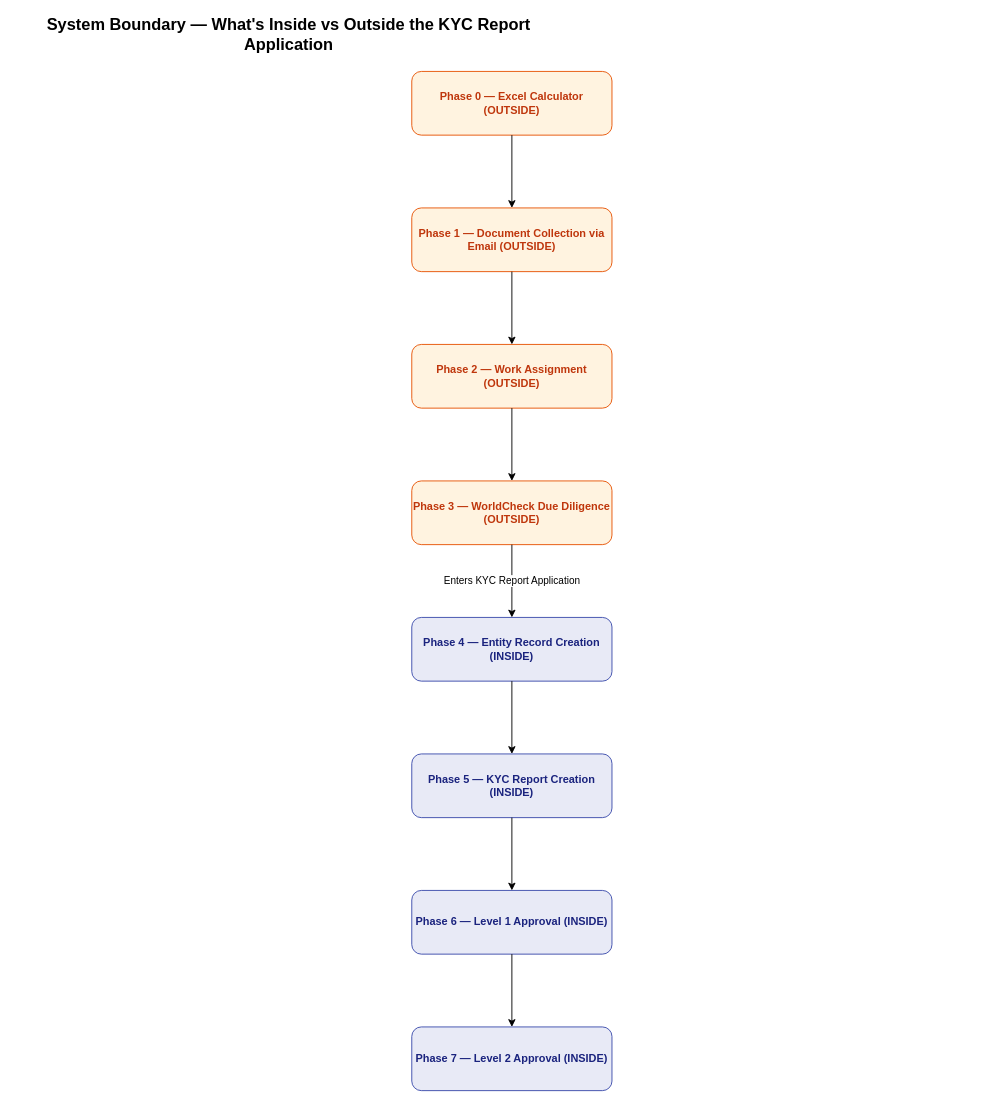
This is page "System Boundary" (1 of 8) of diagrams/drawio/asis-process.drawio from mazharr-hussain/KycReport, a draw.io file, before an edit. Source tidied: cells renumbered, new cells numbered last; positions are measured from the earlier drawing's top-left corner, leaving out a move shared by most shapes. Both pictures are drawn from the tidied source at 91%, with x=0, y=0 at pixel (15, 16).
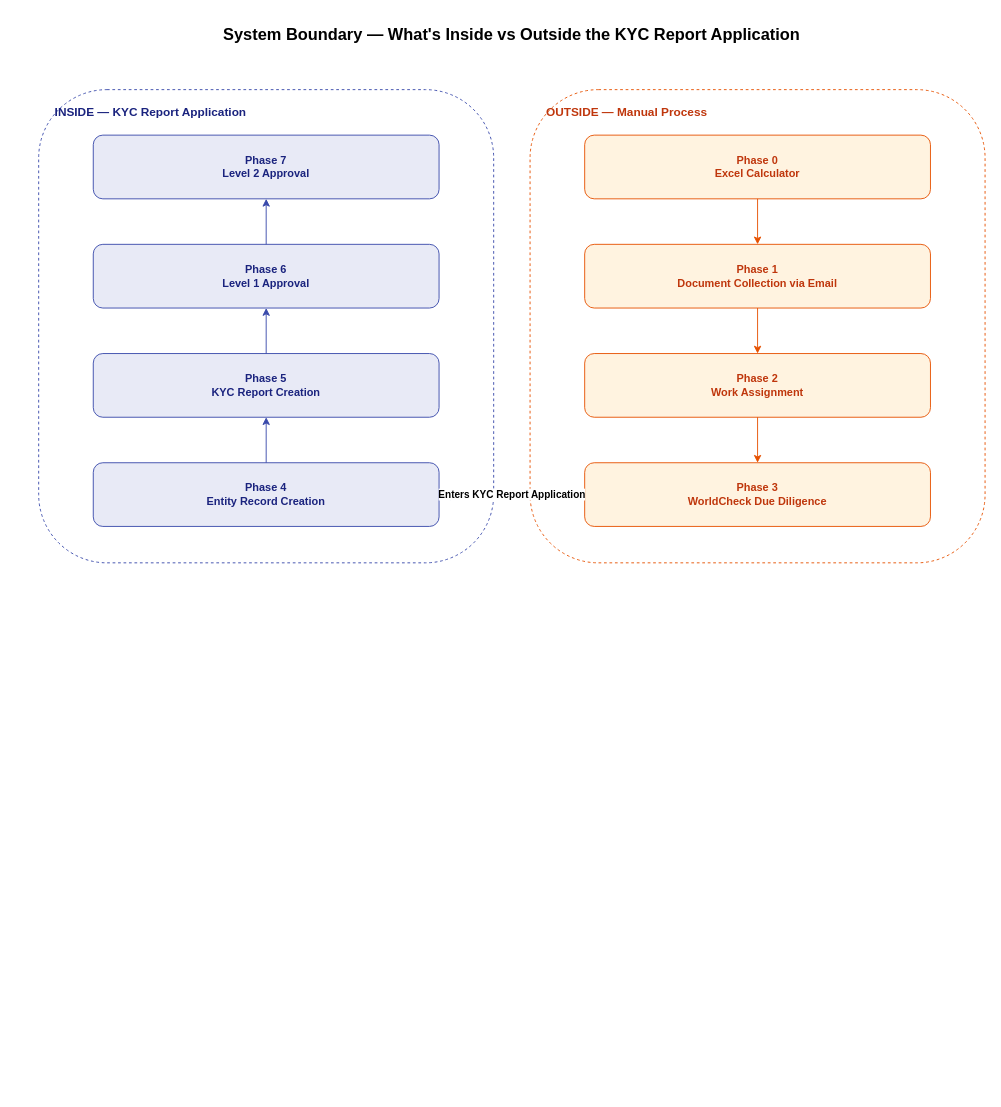
The same page after the edit.

What changed in the source:
```diff
@@
 <mxGraphModel>
   <root>
     <mxCell id="0" />
     <mxCell id="1" parent="0" />
     <mxCell id="2" value="System Boundary — What's Inside vs Outside the KYC Report Application" style="text;html=1;strokeColor=none;fillColor=none;align=center;verticalAlign=middle;whiteSpace=wrap;rounded=0;fontSize=18;fontStyle=1;" parent="1" vertex="1">
-      <mxGeometry width="600" height="40" as="geometry" />
+      <mxGeometry x="145" width="800" height="40" as="geometry" />
     </mxCell>
+    <mxCell id="18" value="INSIDE — KYC Report Application" style="rounded=1;whiteSpace=wrap;html=1;fillColor=none;strokeColor=#3949AB;dashed=1;verticalAlign=top;align=left;spacingLeft=16;spacingTop=10;fontSize=13;fontStyle=1;fontColor=#1A237E;" parent="1" vertex="1">
+      <mxGeometry x="25" y="80" width="500" height="520" as="geometry" />
+    </mxCell>
+    <mxCell id="19" value="OUTSIDE — Manual Process" style="rounded=1;whiteSpace=wrap;html=1;fillColor=none;strokeColor=#E65100;dashed=1;verticalAlign=top;align=left;spacingLeft=16;spacingTop=10;fontSize=13;fontStyle=1;fontColor=#BF360C;" parent="1" vertex="1">
+      <mxGeometry x="565" y="80" width="500" height="520" as="geometry" />
+    </mxCell>
-    <mxCell id="3" value="Phase 0 — Excel Calculator (OUTSIDE)" style="rect;whiteSpace=wrap;html=1;fillColor=#FFF3E0;strokeColor=#E65100;fontColor=#BF360C;fontSize=12;fontStyle=1;rounded=1;" parent="1" vertex="1">
-      <mxGeometry x="435" y="60" width="220" height="70" as="geometry" />
+    <mxCell id="3" value="Phase 0&#10;Excel Calculator" style="rect;whiteSpace=wrap;html=1;fillColor=#FFF3E0;strokeColor=#E65100;fontColor=#BF360C;fontSize=12;fontStyle=1;rounded=1;" parent="1" vertex="1">
+      <mxGeometry x="625" y="130" width="380" height="70" as="geometry" />
     </mxCell>
-    <mxCell id="4" value="Phase 1 — Document Collection via Email (OUTSIDE)" style="rect;whiteSpace=wrap;html=1;fillColor=#FFF3E0;strokeColor=#E65100;fontColor=#BF360C;fontSize=12;fontStyle=1;rounded=1;" parent="1" vertex="1">
-      <mxGeometry x="435" y="210" width="220" height="70" as="geometry" />
+    <mxCell id="4" value="Phase 1&#10;Document Collection via Email" style="rect;whiteSpace=wrap;html=1;fillColor=#FFF3E0;strokeColor=#E65100;fontColor=#BF360C;fontSize=12;fontStyle=1;rounded=1;" parent="1" vertex="1">
+      <mxGeometry x="625" y="250" width="380" height="70" as="geometry" />
     </mxCell>
-    <mxCell id="5" value="Phase 2 — Work Assignment (OUTSIDE)" style="rect;whiteSpace=wrap;html=1;fillColor=#FFF3E0;strokeColor=#E65100;fontColor=#BF360C;fontSize=12;fontStyle=1;rounded=1;" parent="1" vertex="1">
-      <mxGeometry x="435" y="360" width="220" height="70" as="geometry" />
+    <mxCell id="5" value="Phase 2&#10;Work Assignment" style="rect;whiteSpace=wrap;html=1;fillColor=#FFF3E0;strokeColor=#E65100;fontColor=#BF360C;fontSize=12;fontStyle=1;rounded=1;" parent="1" vertex="1">
+      <mxGeometry x="625" y="370" width="380" height="70" as="geometry" />
     </mxCell>
-    <mxCell id="6" value="Phase 3 — WorldCheck Due Diligence (OUTSIDE)" style="rect;whiteSpace=wrap;html=1;fillColor=#FFF3E0;strokeColor=#E65100;fontColor=#BF360C;fontSize=12;fontStyle=1;rounded=1;" parent="1" vertex="1">
-      <mxGeometry x="435" y="510" width="220" height="70" as="geometry" />
+    <mxCell id="6" value="Phase 3&#10;WorldCheck Due Diligence" style="rect;whiteSpace=wrap;html=1;fillColor=#FFF3E0;strokeColor=#E65100;fontColor=#BF360C;fontSize=12;fontStyle=1;rounded=1;" parent="1" vertex="1">
+      <mxGeometry x="625" y="490" width="380" height="70" as="geometry" />
     </mxCell>
-    <mxCell id="7" value="Phase 4 — Entity Record Creation (INSIDE)" style="rect;whiteSpace=wrap;html=1;fillColor=#E8EAF6;strokeColor=#3949AB;fontColor=#1A237E;fontSize=12;fontStyle=1;rounded=1;" parent="1" vertex="1">
-      <mxGeometry x="435" y="660" width="220" height="70" as="geometry" />
+    <mxCell id="7" value="Phase 4&#10;Entity Record Creation" style="rect;whiteSpace=wrap;html=1;fillColor=#E8EAF6;strokeColor=#3949AB;fontColor=#1A237E;fontSize=12;fontStyle=1;rounded=1;" parent="1" vertex="1">
+      <mxGeometry x="85" y="490" width="380" height="70" as="geometry" />
     </mxCell>
-    <mxCell id="8" value="Phase 5 — KYC Report Creation (INSIDE)" style="rect;whiteSpace=wrap;html=1;fillColor=#E8EAF6;strokeColor=#3949AB;fontColor=#1A237E;fontSize=12;fontStyle=1;rounded=1;" parent="1" vertex="1">
-      <mxGeometry x="435" y="810" width="220" height="70" as="geometry" />
+    <mxCell id="8" value="Phase 5&#10;KYC Report Creation" style="rect;whiteSpace=wrap;html=1;fillColor=#E8EAF6;strokeColor=#3949AB;fontColor=#1A237E;fontSize=12;fontStyle=1;rounded=1;" parent="1" vertex="1">
+      <mxGeometry x="85" y="370" width="380" height="70" as="geometry" />
     </mxCell>
-    <mxCell id="9" value="Phase 6 — Level 1 Approval (INSIDE)" style="rect;whiteSpace=wrap;html=1;fillColor=#E8EAF6;strokeColor=#3949AB;fontColor=#1A237E;fontSize=12;fontStyle=1;rounded=1;" parent="1" vertex="1">
-      <mxGeometry x="435" y="960" width="220" height="70" as="geometry" />
+    <mxCell id="9" value="Phase 6&#10;Level 1 Approval" style="rect;whiteSpace=wrap;html=1;fillColor=#E8EAF6;strokeColor=#3949AB;fontColor=#1A237E;fontSize=12;fontStyle=1;rounded=1;" parent="1" vertex="1">
+      <mxGeometry x="85" y="250" width="380" height="70" as="geometry" />
     </mxCell>
-    <mxCell id="10" value="Phase 7 — Level 2 Approval (INSIDE)" style="rect;whiteSpace=wrap;html=1;fillColor=#E8EAF6;strokeColor=#3949AB;fontColor=#1A237E;fontSize=12;fontStyle=1;rounded=1;" parent="1" vertex="1">
-      <mxGeometry x="435" y="1110" width="220" height="70" as="geometry" />
+    <mxCell id="10" value="Phase 7&#10;Level 2 Approval" style="rect;whiteSpace=wrap;html=1;fillColor=#E8EAF6;strokeColor=#3949AB;fontColor=#1A237E;fontSize=12;fontStyle=1;rounded=1;" parent="1" vertex="1">
+      <mxGeometry x="85" y="130" width="380" height="70" as="geometry" />
     </mxCell>
-    <mxCell id="11" style="edgeStyle=orthogonalEdgeStyle;rounded=0;html=1;fontSize=11;" parent="1" edge="1" source="3" target="4">
+    <mxCell id="11" style="edgeStyle=orthogonalEdgeStyle;rounded=0;html=1;fontSize=11;exitX=0.5;exitY=1;entryX=0.5;entryY=0;strokeColor=#E65100;" parent="1" edge="1" source="3" target="4">
       <mxGeometry relative="1" as="geometry" />
     </mxCell>
-    <mxCell id="12" style="edgeStyle=orthogonalEdgeStyle;rounded=0;html=1;fontSize=11;" parent="1" edge="1" source="4" target="5">
+    <mxCell id="12" style="edgeStyle=orthogonalEdgeStyle;rounded=0;html=1;fontSize=11;exitX=0.5;exitY=1;entryX=0.5;entryY=0;strokeColor=#E65100;" parent="1" edge="1" source="4" target="5">
       <mxGeometry relative="1" as="geometry" />
     </mxCell>
-    <mxCell id="13" style="edgeStyle=orthogonalEdgeStyle;rounded=0;html=1;fontSize=11;" parent="1" edge="1" source="5" target="6">
+    <mxCell id="13" style="edgeStyle=orthogonalEdgeStyle;rounded=0;html=1;fontSize=11;exitX=0.5;exitY=1;entryX=0.5;entryY=0;strokeColor=#E65100;" parent="1" edge="1" source="5" target="6">
       <mxGeometry relative="1" as="geometry" />
     </mxCell>
-    <mxCell id="14" value="Enters KYC Report Application" style="edgeStyle=orthogonalEdgeStyle;rounded=0;html=1;fontSize=11;" parent="1" edge="1" source="6" target="7">
+    <mxCell id="14" value="Enters KYC Report Application" style="edgeStyle=orthogonalEdgeStyle;rounded=0;html=1;fontSize=11;fontStyle=1;exitX=0;exitY=0.5;entryX=1;entryY=0.5;strokeColor=#3949AB;strokeWidth=2;" parent="1" edge="1" source="6" target="7">
       <mxGeometry relative="1" as="geometry" />
     </mxCell>
-    <mxCell id="15" style="edgeStyle=orthogonalEdgeStyle;rounded=0;html=1;fontSize=11;" parent="1" edge="1" source="7" target="8">
+    <mxCell id="15" style="edgeStyle=orthogonalEdgeStyle;rounded=0;html=1;fontSize=11;exitX=0.5;exitY=0;entryX=0.5;entryY=1;strokeColor=#3949AB;" parent="1" edge="1" source="7" target="8">
       <mxGeometry relative="1" as="geometry" />
     </mxCell>
-    <mxCell id="16" style="edgeStyle=orthogonalEdgeStyle;rounded=0;html=1;fontSize=11;" parent="1" edge="1" source="8" target="9">
+    <mxCell id="16" style="edgeStyle=orthogonalEdgeStyle;rounded=0;html=1;fontSize=11;exitX=0.5;exitY=0;entryX=0.5;entryY=1;strokeColor=#3949AB;" parent="1" edge="1" source="8" target="9">
       <mxGeometry relative="1" as="geometry" />
     </mxCell>
-    <mxCell id="17" style="edgeStyle=orthogonalEdgeStyle;rounded=0;html=1;fontSize=11;" parent="1" edge="1" source="9" target="10">
+    <mxCell id="17" style="edgeStyle=orthogonalEdgeStyle;rounded=0;html=1;fontSize=11;exitX=0.5;exitY=0;entryX=0.5;entryY=1;strokeColor=#3949AB;" parent="1" edge="1" source="9" target="10">
       <mxGeometry relative="1" as="geometry" />
     </mxCell>
   </root>
 </mxGraphModel>
```
